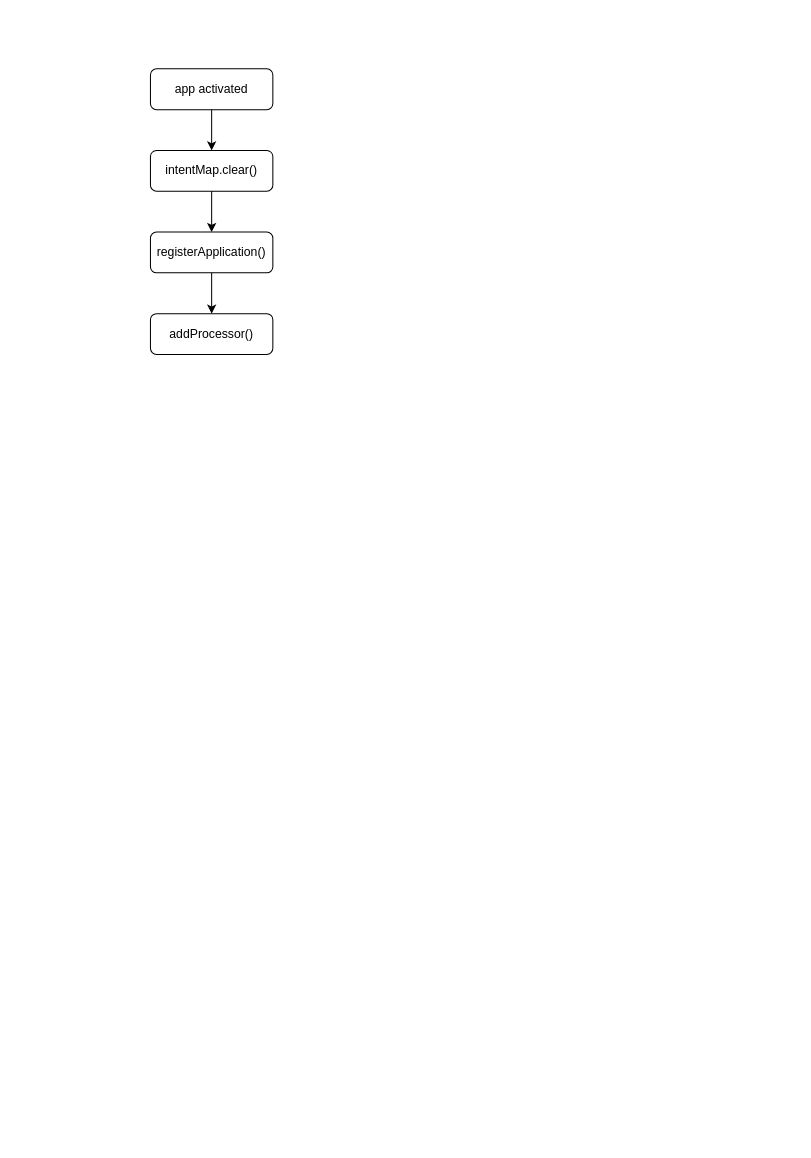
gameLoading/blank__- keeps this draw.io diagram as Untitled Diagram.drawio. Above is the earlier version. Source tidied: cells renumbered, new cells numbered last; positions are measured from the earlier drawing's top-left corner, leaving out a move shared by most shapes. Both pictures are drawn from the tidied source at 102%, with x=0, y=0 at pixel (150, 68).
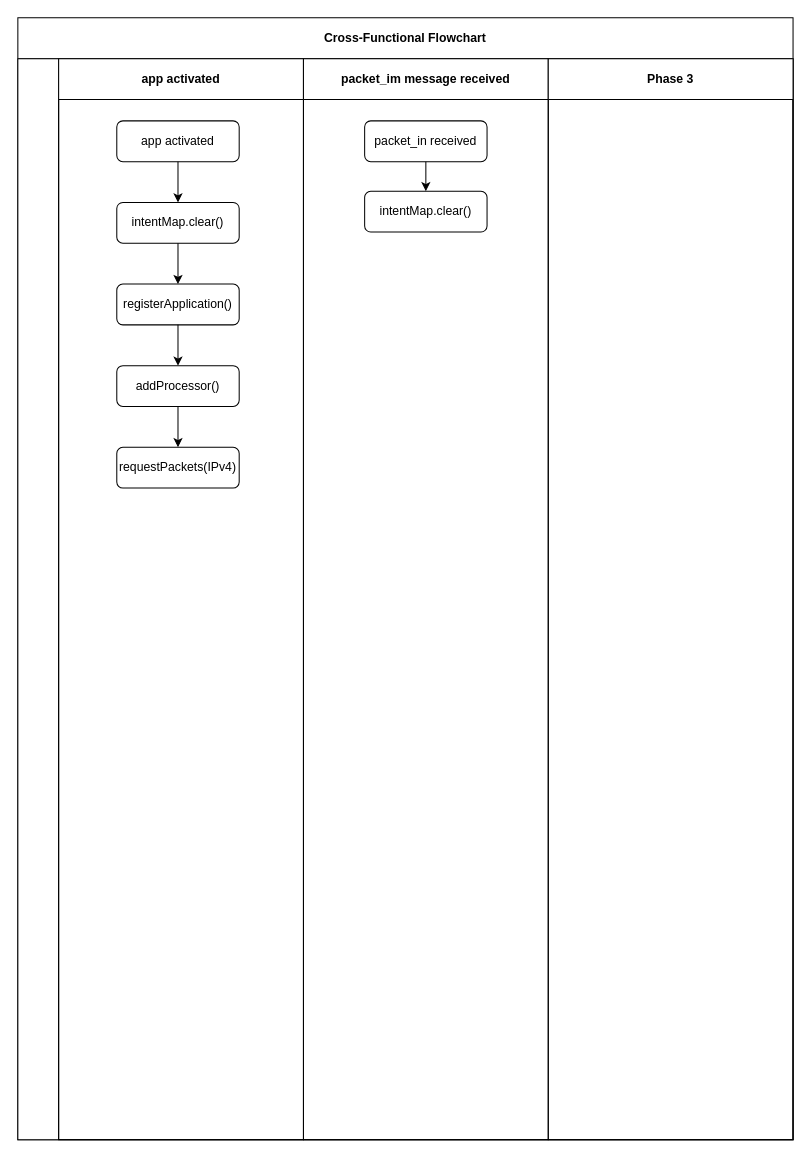
After the change.

The edit, as a diff of the source:
```diff
@@
+    <mxCell id="9" value="Cross-Functional Flowchart" style="shape=table;childLayout=tableLayout;rowLines=0;columnLines=0;startSize=40;html=1;whiteSpace=wrap;fontStyle=1;align=center;" parent="1" vertex="1">
+      <mxGeometry x="-130" y="-50" width="760" height="1100" as="geometry" />
+    </mxCell>
+    <mxCell id="10" style="swimlane;horizontal=0;startSize=40;html=1;whiteSpace=wrap;fontStyle=1;" parent="9" vertex="1">
+      <mxGeometry y="40" width="760" height="1060" as="geometry" />
+    </mxCell>
+    <mxCell id="11" value="app activated" style="swimlane;startSize=40;html=1;whiteSpace=wrap;" parent="10" vertex="1">
+      <mxGeometry x="40" width="240" height="1060" as="geometry" />
+    </mxCell>
-    <mxCell id="2" value="app activated" style="rounded=1;whiteSpace=wrap;html=1;fontSize=12;glass=0;strokeWidth=1;shadow=0;" parent="1" vertex="1">
-      <mxGeometry width="120" height="40" as="geometry" />
+    <mxCell id="2" value="app activated" style="rounded=1;whiteSpace=wrap;html=1;fontSize=12;glass=0;strokeWidth=1;shadow=0;" parent="11" vertex="1">
+      <mxGeometry x="57" y="61" width="120" height="40" as="geometry" />
     </mxCell>
-    <mxCell id="3" value="intentMap.clear()" style="rounded=1;whiteSpace=wrap;html=1;fontSize=12;glass=0;strokeWidth=1;shadow=0;" parent="1" vertex="1">
-      <mxGeometry y="80" width="120" height="40" as="geometry" />
+    <mxCell id="3" value="intentMap.clear()" style="rounded=1;whiteSpace=wrap;html=1;fontSize=12;glass=0;strokeWidth=1;shadow=0;" parent="11" vertex="1">
+      <mxGeometry x="57" y="141" width="120" height="40" as="geometry" />
     </mxCell>
-    <mxCell id="4" style="endArrow=classic;html=1;exitX=0.5;exitY=1;exitDx=0;exitDy=0;" parent="1" edge="1" source="2" target="3">
+    <mxCell id="4" style="endArrow=classic;html=1;exitX=0.5;exitY=1;exitDx=0;exitDy=0;" parent="11" edge="1" source="2" target="3">
       <mxGeometry relative="1" as="geometry" />
     </mxCell>
-    <mxCell id="5" value="registerApplication()" style="rounded=1;whiteSpace=wrap;html=1;fontSize=12;glass=0;strokeWidth=1;shadow=0;" parent="1" vertex="1">
-      <mxGeometry y="160" width="120" height="40" as="geometry" />
+    <mxCell id="5" value="registerApplication()" style="rounded=1;whiteSpace=wrap;html=1;fontSize=12;glass=0;strokeWidth=1;shadow=0;" parent="11" vertex="1">
+      <mxGeometry x="57" y="221" width="120" height="40" as="geometry" />
     </mxCell>
-    <mxCell id="6" style="endArrow=classic;html=1;exitX=0.5;exitY=1;exitDx=0;exitDy=0;entryX=0.5;entryY=0;entryDx=0;entryDy=0;" parent="1" edge="1" source="3" target="5">
+    <mxCell id="6" style="endArrow=classic;html=1;exitX=0.5;exitY=1;exitDx=0;exitDy=0;entryX=0.5;entryY=0;entryDx=0;entryDy=0;" parent="11" edge="1" source="3" target="5">
       <mxGeometry relative="1" as="geometry" />
     </mxCell>
-    <mxCell id="7" style="endArrow=classic;html=1;exitX=0.5;exitY=1;exitDx=0;exitDy=0;" parent="1" edge="1" source="5">
+    <mxCell id="7" style="endArrow=classic;html=1;exitX=0.5;exitY=1;exitDx=0;exitDy=0;" parent="11" edge="1" source="5">
       <mxGeometry relative="1" as="geometry">
-        <mxPoint x="60" y="240" as="targetPoint" />
+        <mxPoint x="117" y="301" as="targetPoint" />
       </mxGeometry>
     </mxCell>
-    <mxCell id="8" value="addProcessor()" style="rounded=1;whiteSpace=wrap;html=1;fontSize=12;glass=0;strokeWidth=1;shadow=0;" parent="1" vertex="1">
-      <mxGeometry y="240" width="120" height="40" as="geometry" />
+    <mxCell id="8" value="addProcessor()" style="rounded=1;whiteSpace=wrap;html=1;fontSize=12;glass=0;strokeWidth=1;shadow=0;" parent="11" vertex="1">
+      <mxGeometry x="57" y="301" width="120" height="40" as="geometry" />
     </mxCell>
+    <mxCell id="12" value="requestPackets(IPv4)" style="rounded=1;whiteSpace=wrap;html=1;fontSize=12;glass=0;strokeWidth=1;shadow=0;" parent="11" vertex="1">
+      <mxGeometry x="57" y="381" width="120" height="40" as="geometry" />
+    </mxCell>
+    <mxCell id="13" style="endArrow=classic;html=1;exitX=0.5;exitY=1;exitDx=0;exitDy=0;" parent="11" edge="1" source="8" target="12">
+      <mxGeometry relative="1" as="geometry" />
+    </mxCell>
+    <mxCell id="14" value="packet_im message received" style="swimlane;startSize=40;html=1;whiteSpace=wrap;" parent="10" vertex="1">
+      <mxGeometry x="280" width="240" height="1060" as="geometry" />
+    </mxCell>
+    <mxCell id="15" value="packet_in received" style="rounded=1;whiteSpace=wrap;html=1;fontSize=12;glass=0;strokeWidth=1;shadow=0;" parent="14" vertex="1">
+      <mxGeometry x="60" y="61" width="120" height="40" as="geometry" />
+    </mxCell>
+    <mxCell id="16" value="intentMap.clear()" style="rounded=1;whiteSpace=wrap;html=1;fontSize=12;glass=0;strokeWidth=1;shadow=0;" parent="14" vertex="1">
+      <mxGeometry x="60" y="130" width="120" height="40" as="geometry" />
+    </mxCell>
+    <mxCell id="17" value="Phase 3" style="swimlane;startSize=40;html=1;whiteSpace=wrap;" parent="10" vertex="1">
+      <mxGeometry x="520" width="240" height="1060" as="geometry" />
+    </mxCell>
+    <mxCell id="18" style="endArrow=classic;html=1;exitX=0.5;exitY=1;exitDx=0;exitDy=0;" parent="1" edge="1" source="15">
+      <mxGeometry relative="1" as="geometry">
+        <mxPoint x="270" y="120" as="targetPoint" />
+      </mxGeometry>
+    </mxCell>
```
